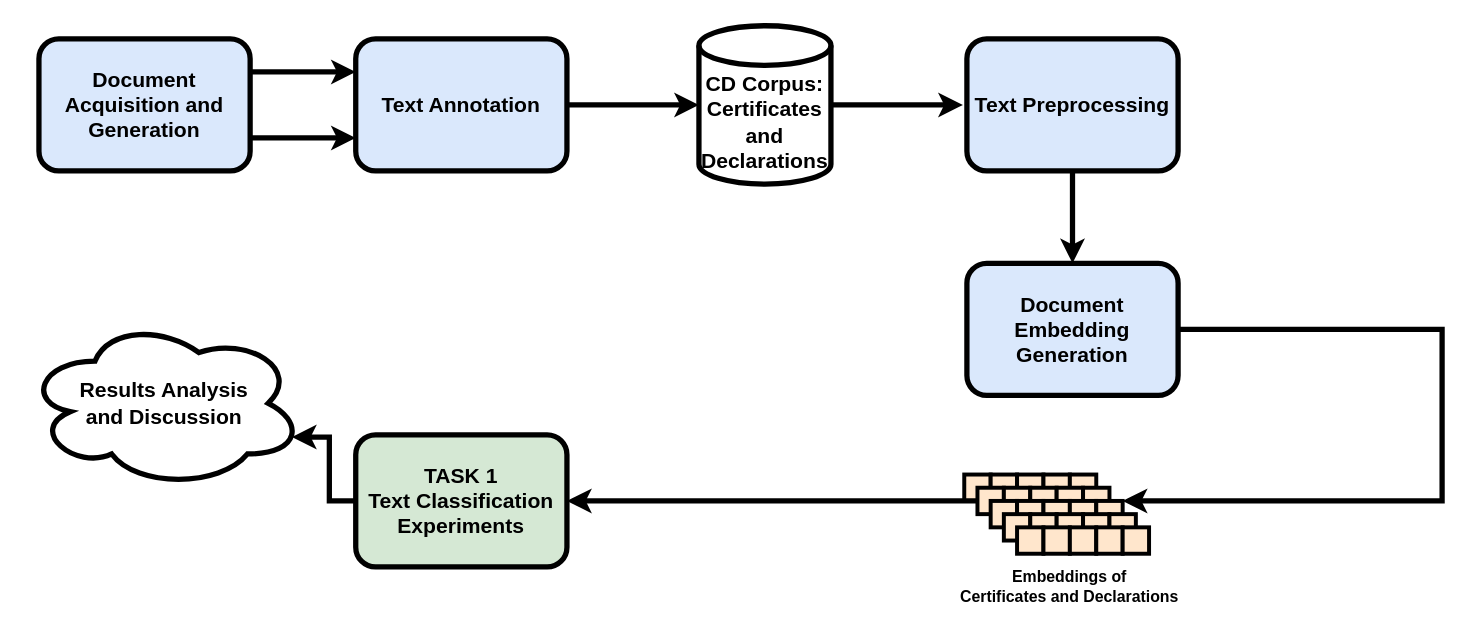
viniciusrpb/drawio_flowcharts keeps this draw.io diagram as sbsi2024.drawio. Above is the earlier version. Source tidied: cells renumbered, new cells numbered last; positions are measured from the earlier drawing's top-left corner, leaving out a move shared by most shapes. Both pictures are drawn from the tidied source at 132%, with x=0, y=0 at pixel (25, 25).
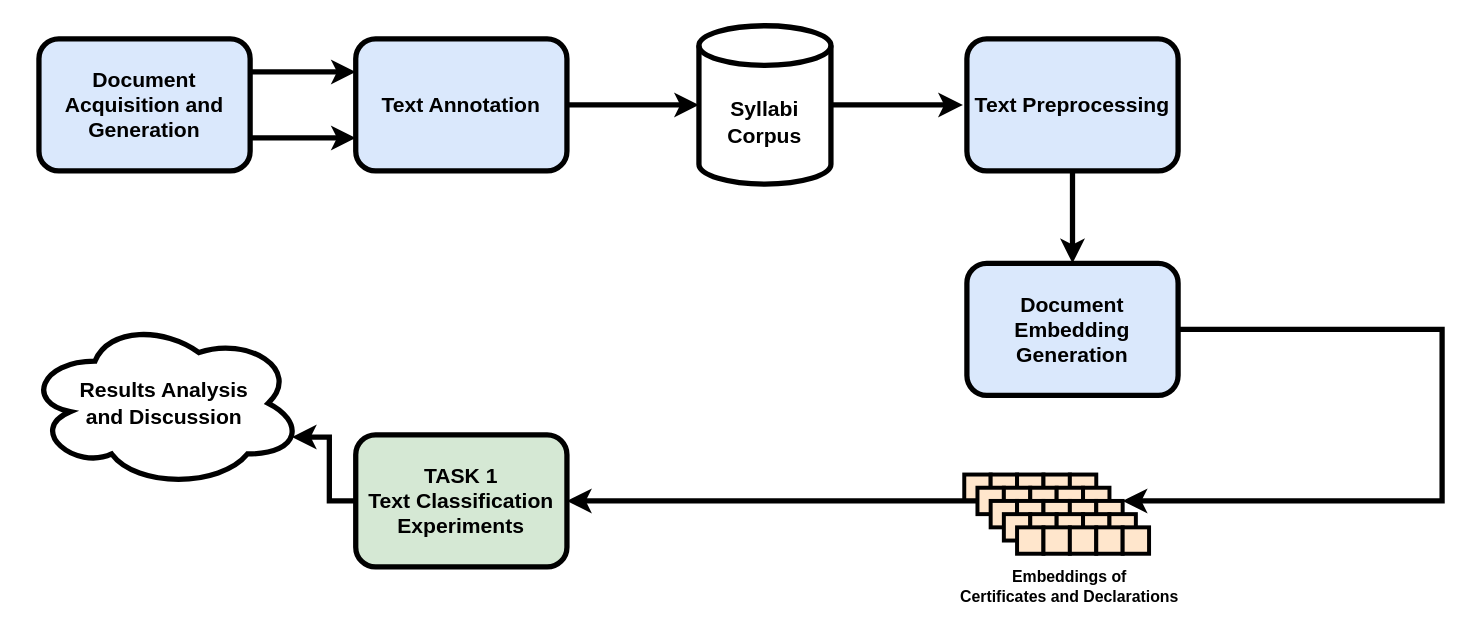
The same page after the edit.

Change to the diagram source:
```diff
@@
-    <mxCell id="4" value="&lt;div style=&quot;font-size: 16px;&quot;&gt;CD Corpus:&lt;/div&gt;&lt;div style=&quot;font-size: 16px;&quot;&gt;Certificates&lt;/div&gt;&lt;div style=&quot;font-size: 16px;&quot;&gt;and Declarations&lt;/div&gt;" style="shape=cylinder3;whiteSpace=wrap;html=1;boundedLbl=1;backgroundOutline=1;size=15;fontSize=16;fontStyle=1;strokeWidth=4;" parent="1" vertex="1">
+    <mxCell id="4" value="&lt;div style=&quot;font-size: 16px;&quot;&gt;Syllabi&lt;/div&gt;&lt;div style=&quot;font-size: 16px;&quot;&gt;Corpus&lt;/div&gt;" style="shape=cylinder3;whiteSpace=wrap;html=1;boundedLbl=1;backgroundOutline=1;size=15;fontSize=16;fontStyle=1;strokeWidth=4;" parent="1" vertex="1">
       <mxGeometry x="510" width="100" height="120" as="geometry" />
     </mxCell>
```
